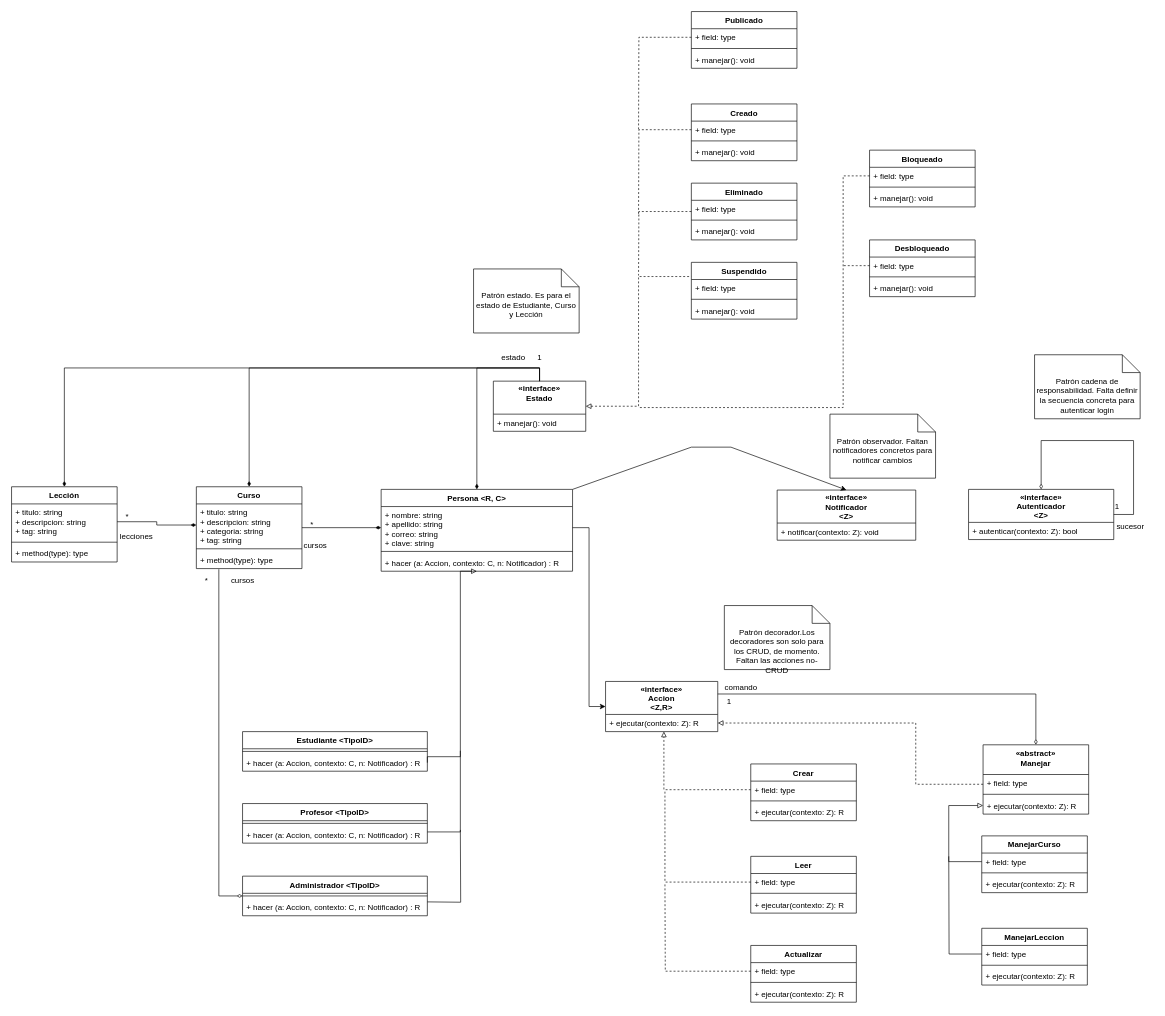
Above: page "Diagrama de Clases" (1 of 3) of Propuesta1ProyectoDesarrollo.drawio in ernestod10/Diagramas (draw.io), before the change. Source tidied: cells renumbered, new cells numbered last; positions are measured from the earlier drawing's top-left corner, leaving out a move shared by most shapes. Both pictures are drawn from the tidied source at 66%, with x=0, y=0 at pixel (11, 11).
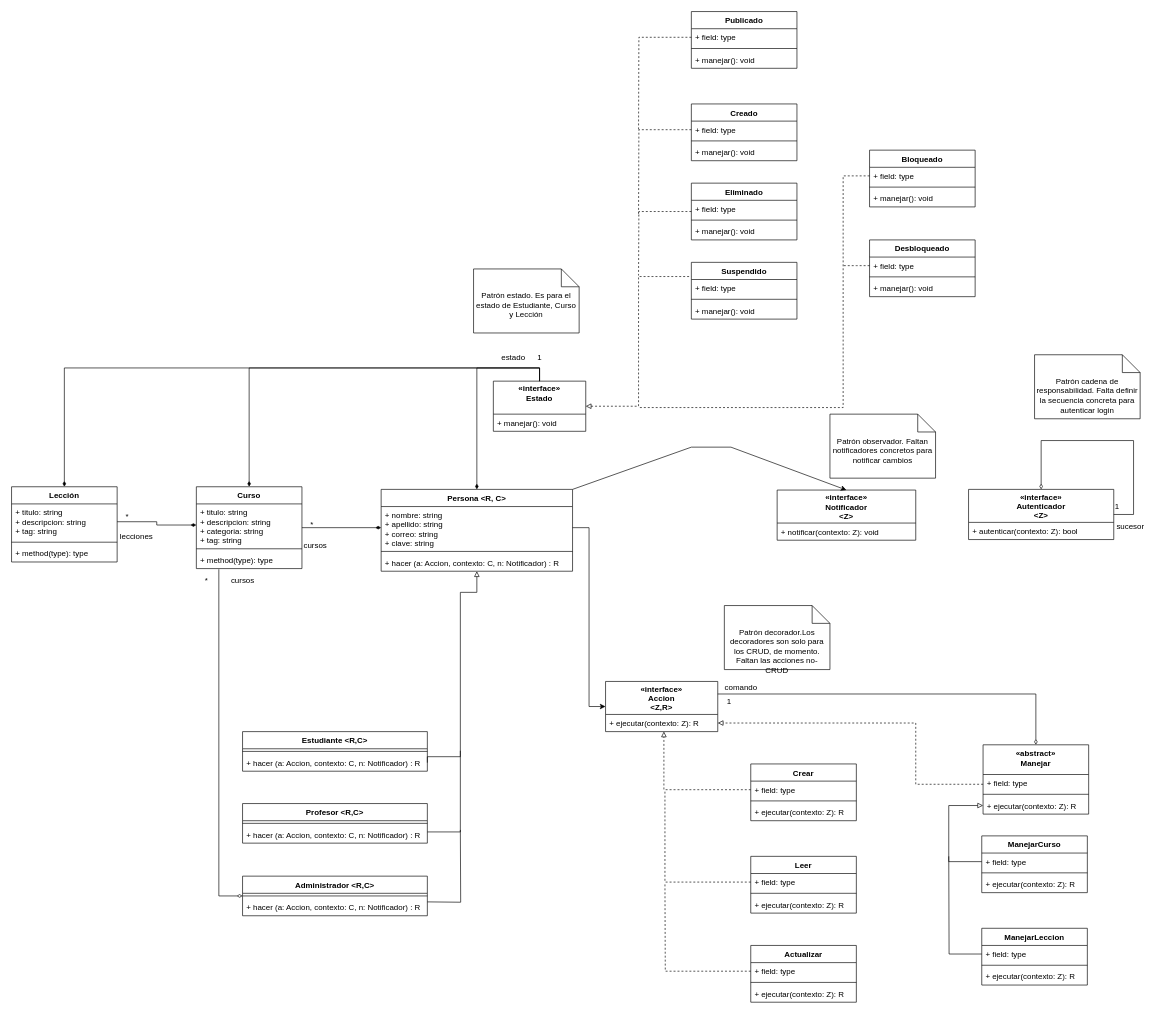
After the change.

The change refers to these unchanged cells:
```xml
<mxCell id="3" value="Persona &lt;R, C&gt;" style="swimlane;fontStyle=1;align=center;verticalAlign=top;horizontal=1;startSize=26;" parent="1" vertex="1">
  <mxGeometry x="560" y="724" width="290" height="124" as="geometry" />
</mxCell>
<mxCell id="9" value="+ hacer (a: Accion, contexto: C, n: Notificador) : R" style="text;strokeColor=none;fillColor=none;align=left;verticalAlign=top;spacingLeft=4;spacingRight=4;overflow=hidden;points=[[0,0.5],[1,0.5]];portConstraint=eastwest;" parent="7" vertex="1">
  <mxGeometry y="34" width="280" height="26" as="geometry" />
</mxCell>
```

The edit, as a diff of the source:
```diff
@@
-    <mxCell id="7" value="Estudiante &lt;TipoID&gt;" style="swimlane;fontStyle=1;align=center;verticalAlign=top;horizontal=1;startSize=26;" parent="1" vertex="1">
+    <mxCell id="7" value="Estudiante &lt;R,C&gt;" style="swimlane;fontStyle=1;align=center;verticalAlign=top;horizontal=1;startSize=26;" parent="1" vertex="1">
       <mxGeometry x="350" y="1091" width="280" height="60" as="geometry" />
     </mxCell>
@@
-    <mxCell id="11" value="Profesor &lt;TipoID&gt;" style="swimlane;fontStyle=1;align=center;verticalAlign=top;horizontal=1;startSize=26;" parent="1" vertex="1">
+    <mxCell id="11" value="Profesor &lt;R,C&gt;" style="swimlane;fontStyle=1;align=center;verticalAlign=top;horizontal=1;startSize=26;" parent="1" vertex="1">
       <mxGeometry x="350" y="1200" width="280" height="60" as="geometry" />
     </mxCell>
@@
-    <mxCell id="15" value="Administrador &lt;TipoID&gt;" style="swimlane;fontStyle=1;align=center;verticalAlign=top;horizontal=1;startSize=26;" parent="1" vertex="1">
+    <mxCell id="15" value="Administrador &lt;R,C&gt;" style="swimlane;fontStyle=1;align=center;verticalAlign=top;horizontal=1;startSize=26;" parent="1" vertex="1">
       <mxGeometry x="350" y="1310" width="280" height="60" as="geometry" />
     </mxCell>
@@
     <mxCell id="50" style="edgeStyle=orthogonalEdgeStyle;rounded=0;jettySize=auto;html=1;strokeColor=default;endArrow=block;endFill=0;entryX=0.5;entryY=1;entryDx=0;entryDy=0;exitX=1;exitY=0.5;exitDx=0;exitDy=0;" parent="1" edge="1" source="9" target="3">
       <mxGeometry relative="1" as="geometry">
         <Array as="points">
           <mxPoint x="630" y="1129" />
           <mxPoint x="680" y="1129" />
-          <mxPoint x="680" y="848" />
+          <mxPoint x="680" y="880" />
+          <mxPoint x="705" y="880" />
         </Array>
       </mxGeometry>
     </mxCell>
```
